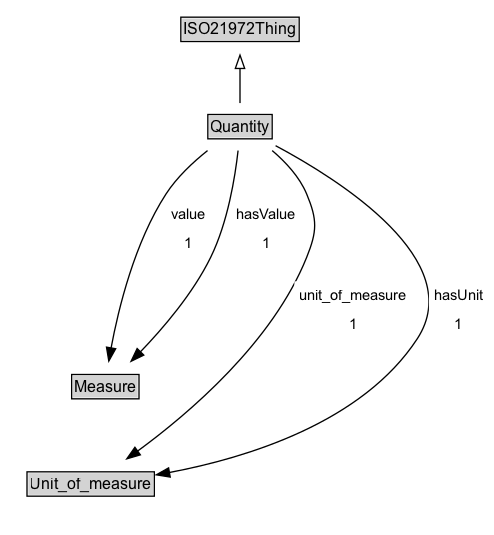
ISO-TC204/ontology-i72-v1 keeps this Graphviz diagram as docs/diagrams/Quantity.dot.png. Above is the earlier version. Its source is kept beside it as docs/diagrams/Quantity.dot. Its diagram source:
```dot
digraph {
	graph [overlap=false rankdir=TB splines=true]
	node [fontname=Arial fontsize=12 margin=0 shape=none]
	edge [fontname=Arial fontsize=11]
	{
		rank=source
		ISO21972Thing [label=<<TABLE BORDER="1" CELLBORDER="0" CELLSPACING="0" CELLPADDING="1"><TR><TD BGCOLOR="lightgray" ALIGN="CENTER">ISO21972Thing</TD></TR></TABLE>> URL="../ISO21972Thing" margin=0]
	}
	Quantity [label=<<TABLE BORDER="1" CELLBORDER="0" CELLSPACING="0" CELLPADDING="1"><TR><TD BGCOLOR="lightgray" ALIGN="CENTER">Quantity</TD></TR></TABLE>> URL="../Quantity" margin=0]
	{
		rank=max
	}
	subgraph cluster_associated {
		label="" style=invis
		Invis [label=<<TABLE BORDER="0" CELLBORDER="0" CELLSPACING="0" CELLPADDING="1"><TR><TD></TD></TR></TABLE>> margin=0 style=invis]
		Measure [label=<<TABLE BORDER="1" CELLBORDER="0" CELLSPACING="0" CELLPADDING="1"><TR><TD BGCOLOR="lightgray" ALIGN="CENTER">Measure</TD></TR></TABLE>> URL="../Measure" margin=0]
		Unit_of_measure [label=<<TABLE BORDER="1" CELLBORDER="0" CELLSPACING="0" CELLPADDING="1"><TR><TD BGCOLOR="lightgray" ALIGN="CENTER">Unit_of_measure</TD></TR></TABLE>> URL="../Unit_of_measure" margin=0]
	}
	Quantity -> ISO21972Thing [arrowhead=onormal style=solid]
	Quantity -> Invis [style=invis]
	Invis -> Measure [style=invis]
	Measure -> Unit_of_measure [style=invis]
	Unit_of_measure [label=<<TABLE BORDER="1" CELLBORDER="0" CELLSPACING="0" CELLPADDING="1"><TR><TD BGCOLOR="lightgray" ALIGN="CENTER">Unit_of_measure</TD></TR></TABLE>> URL="../Unit_of_measure" margin=0]
	Quantity -> Unit_of_measure [label=<<TABLE BORDER="0" CELLBORDER="0" CELLSPACING="0" CELLPADDING="4" BGCOLOR="white"><TR><TD ALIGN="CENTER">unit_of_measure</TD></TR><TR><TD ALIGN="CENTER">1</TD></TR></TABLE>> arrowhead=normal style=solid]
	Measure [label=<<TABLE BORDER="1" CELLBORDER="0" CELLSPACING="0" CELLPADDING="1"><TR><TD BGCOLOR="lightgray" ALIGN="CENTER">Measure</TD></TR></TABLE>> URL="../Measure" margin=0]
	Quantity -> Measure [label=<<TABLE BORDER="0" CELLBORDER="0" CELLSPACING="0" CELLPADDING="4" BGCOLOR="white"><TR><TD ALIGN="CENTER">value</TD></TR><TR><TD ALIGN="CENTER">1</TD></TR></TABLE>> arrowhead=normal style=solid]
	Quantity -> Measure [label=<<TABLE BORDER="0" CELLBORDER="0" CELLSPACING="0" CELLPADDING="4" BGCOLOR="white"><TR><TD ALIGN="CENTER">hasValue</TD></TR><TR><TD ALIGN="CENTER">1</TD></TR></TABLE>> arrowhead=normal style=solid]
	Quantity -> Unit_of_measure [label=<<TABLE BORDER="0" CELLBORDER="0" CELLSPACING="0" CELLPADDING="4" BGCOLOR="white"><TR><TD ALIGN="CENTER">hasUnit</TD></TR><TR><TD ALIGN="CENTER">1</TD></TR></TABLE>> arrowhead=normal style=solid]
}
```
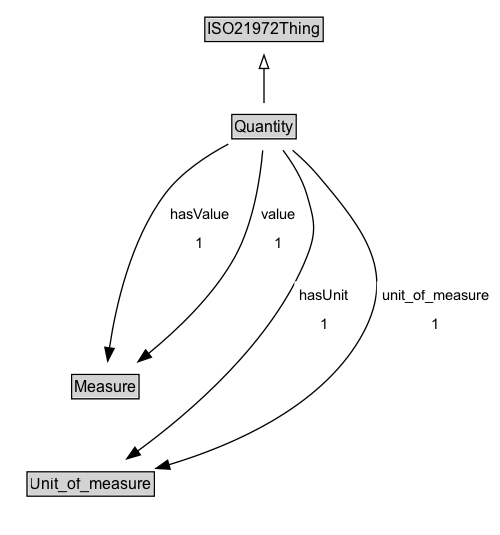
After the change.

What changed in the source:
```diff
@@ -21,9 +21,9 @@
 	Invis -> Measure [style=invis]
 	Measure -> Unit_of_measure [style=invis]
 	Unit_of_measure [label=<<TABLE BORDER="1" CELLBORDER="0" CELLSPACING="0" CELLPADDING="1"><TR><TD BGCOLOR="lightgray" ALIGN="CENTER">Unit_of_measure</TD></TR></TABLE>> URL="../Unit_of_measure" margin=0]
+	Quantity -> Unit_of_measure [label=<<TABLE BORDER="0" CELLBORDER="0" CELLSPACING="0" CELLPADDING="4" BGCOLOR="white"><TR><TD ALIGN="CENTER">hasUnit</TD></TR><TR><TD ALIGN="CENTER">1</TD></TR></TABLE>> arrowhead=normal style=solid]
+	Measure [label=<<TABLE BORDER="1" CELLBORDER="0" CELLSPACING="0" CELLPADDING="1"><TR><TD BGCOLOR="lightgray" ALIGN="CENTER">Measure</TD></TR></TABLE>> URL="../Measure" margin=0]
+	Quantity -> Measure [label=<<TABLE BORDER="0" CELLBORDER="0" CELLSPACING="0" CELLPADDING="4" BGCOLOR="white"><TR><TD ALIGN="CENTER">hasValue</TD></TR><TR><TD ALIGN="CENTER">1</TD></TR></TABLE>> arrowhead=normal style=solid]
 	Quantity -> Unit_of_measure [label=<<TABLE BORDER="0" CELLBORDER="0" CELLSPACING="0" CELLPADDING="4" BGCOLOR="white"><TR><TD ALIGN="CENTER">unit_of_measure</TD></TR><TR><TD ALIGN="CENTER">1</TD></TR></TABLE>> arrowhead=normal style=solid]
-	Measure [label=<<TABLE BORDER="1" CELLBORDER="0" CELLSPACING="0" CELLPADDING="1"><TR><TD BGCOLOR="lightgray" ALIGN="CENTER">Measure</TD></TR></TABLE>> URL="../Measure" margin=0]
 	Quantity -> Measure [label=<<TABLE BORDER="0" CELLBORDER="0" CELLSPACING="0" CELLPADDING="4" BGCOLOR="white"><TR><TD ALIGN="CENTER">value</TD></TR><TR><TD ALIGN="CENTER">1</TD></TR></TABLE>> arrowhead=normal style=solid]
-	Quantity -> Measure [label=<<TABLE BORDER="0" CELLBORDER="0" CELLSPACING="0" CELLPADDING="4" BGCOLOR="white"><TR><TD ALIGN="CENTER">hasValue</TD></TR><TR><TD ALIGN="CENTER">1</TD></TR></TABLE>> arrowhead=normal style=solid]
-	Quantity -> Unit_of_measure [label=<<TABLE BORDER="0" CELLBORDER="0" CELLSPACING="0" CELLPADDING="4" BGCOLOR="white"><TR><TD ALIGN="CENTER">hasUnit</TD></TR><TR><TD ALIGN="CENTER">1</TD></TR></TABLE>> arrowhead=normal style=solid]
 }
```
